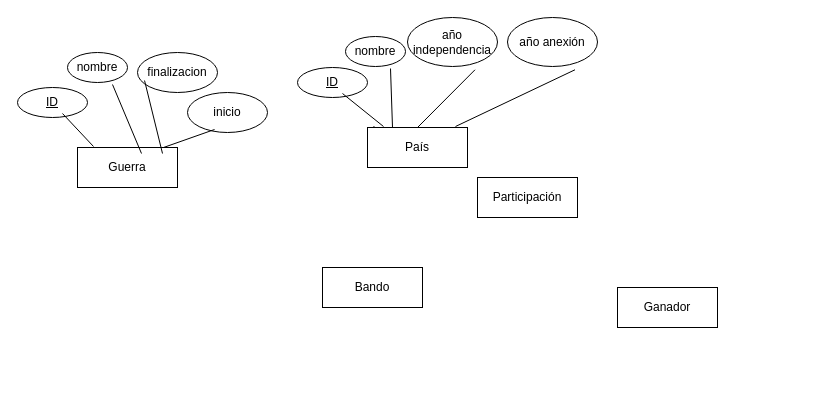
Earlier version of the draw.io diagram ej4.drawio (adriii28/amr-tsys-C3U12-11102023). Source tidied: cells renumbered, new cells numbered last; positions are measured from the earlier drawing's top-left corner, leaving out a move shared by most shapes. Both pictures are drawn from the tidied source at 100%, with x=0, y=0 at pixel (17, 17).
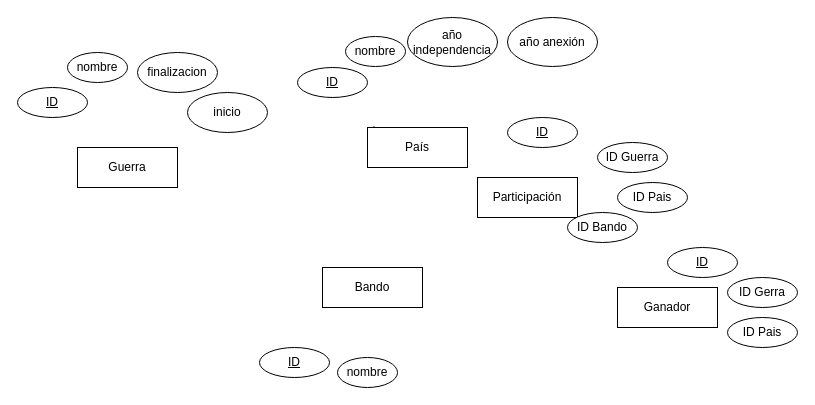
After the change.

Commit message:
Atributos creados

The change refers to these unchanged cells:
```xml
<mxCell id="2" value="Guerra" style="whiteSpace=wrap;html=1;align=center;" parent="1" vertex="1">
  <mxGeometry x="60" y="130" width="100" height="40" as="geometry" />
</mxCell>
<mxCell id="6" value="&lt;u&gt;ID&lt;/u&gt;" style="ellipse;whiteSpace=wrap;html=1;align=center;" parent="1" vertex="1">
  <mxGeometry y="70" width="70" height="30" as="geometry" />
</mxCell>
<mxCell id="7" value="inicio" style="ellipse;whiteSpace=wrap;html=1;" parent="1" vertex="1">
  <mxGeometry x="170" y="75" width="80" height="40" as="geometry" />
</mxCell>
<mxCell id="8" value="nombre" style="ellipse;whiteSpace=wrap;html=1;align=center;" parent="1" vertex="1">
  <mxGeometry x="50" y="35" width="60" height="30" as="geometry" />
</mxCell>
<mxCell id="10" value="finalizacion" style="ellipse;whiteSpace=wrap;html=1;" parent="1" vertex="1">
  <mxGeometry x="120" y="35" width="80" height="40" as="geometry" />
</mxCell>
<mxCell id="14" value="&lt;u&gt;ID&lt;/u&gt;" style="ellipse;whiteSpace=wrap;html=1;align=center;" parent="1" vertex="1">
  <mxGeometry x="280" y="50" width="70" height="30" as="geometry" />
</mxCell>
<mxCell id="17" value="País" style="whiteSpace=wrap;html=1;align=center;" parent="1" vertex="1">
  <mxGeometry x="350" y="110" width="100" height="40" as="geometry" />
</mxCell>
<mxCell id="18" value="año independencia" style="ellipse;whiteSpace=wrap;html=1;align=center;" parent="1" vertex="1">
  <mxGeometry x="390" width="90" height="49" as="geometry" />
</mxCell>
<mxCell id="20" value="nombre" style="ellipse;whiteSpace=wrap;html=1;align=center;" parent="1" vertex="1">
  <mxGeometry x="328" y="19" width="60" height="30" as="geometry" />
</mxCell>
<mxCell id="22" value="año anexión" style="ellipse;whiteSpace=wrap;html=1;align=center;" parent="1" vertex="1">
  <mxGeometry x="490" width="90" height="49" as="geometry" />
</mxCell>
```

Change to the diagram source:
```diff
@@
-    <mxCell id="9" style="endArrow=none;html=1;rounded=0;entryX=0.16;entryY=-0.025;entryDx=0;entryDy=0;entryPerimeter=0;exitX=0.643;exitY=0.867;exitDx=0;exitDy=0;exitPerimeter=0;" parent="1" edge="1" source="6" target="2">
-      <mxGeometry relative="1" as="geometry" />
-    </mxCell>
@@
-    <mxCell id="11" style="endArrow=none;html=1;rounded=0;entryX=0.64;entryY=0.15;entryDx=0;entryDy=0;entryPerimeter=0;exitX=0.75;exitY=1.067;exitDx=0;exitDy=0;exitPerimeter=0;" parent="1" edge="1" source="8" target="2">
-      <mxGeometry relative="1" as="geometry" />
-    </mxCell>
-    <mxCell id="12" style="endArrow=none;html=1;rounded=0;entryX=0.85;entryY=0.15;entryDx=0;entryDy=0;entryPerimeter=0;exitX=0.088;exitY=0.7;exitDx=0;exitDy=0;exitPerimeter=0;" parent="1" edge="1" source="10" target="2">
-      <mxGeometry relative="1" as="geometry" />
-    </mxCell>
-    <mxCell id="13" style="endArrow=none;html=1;rounded=0;entryX=0.86;entryY=0;entryDx=0;entryDy=0;entryPerimeter=0;exitX=0.338;exitY=0.925;exitDx=0;exitDy=0;exitPerimeter=0;" parent="1" edge="1" source="7" target="2">
-      <mxGeometry relative="1" as="geometry" />
-    </mxCell>
@@
-    <mxCell id="16" style="endArrow=none;html=1;rounded=0;entryX=0.16;entryY=-0.025;entryDx=0;entryDy=0;entryPerimeter=0;exitX=0.643;exitY=0.867;exitDx=0;exitDy=0;exitPerimeter=0;" parent="1" edge="1" source="14" target="17">
-      <mxGeometry relative="1" as="geometry" />
-    </mxCell>
@@
-    <mxCell id="19" style="endArrow=none;html=1;rounded=0;exitX=0.75;exitY=1.067;exitDx=0;exitDy=0;exitPerimeter=0;entryX=0.5;entryY=0;entryDx=0;entryDy=0;" parent="1" edge="1" source="18" target="17">
-      <mxGeometry relative="1" as="geometry" />
-    </mxCell>
@@
-    <mxCell id="21" style="endArrow=none;html=1;rounded=0;exitX=0.75;exitY=1.067;exitDx=0;exitDy=0;exitPerimeter=0;entryX=0.25;entryY=0;entryDx=0;entryDy=0;" parent="1" edge="1" source="20" target="17">
-      <mxGeometry relative="1" as="geometry" />
-    </mxCell>
@@
-    <mxCell id="23" style="endArrow=none;html=1;rounded=0;exitX=0.75;exitY=1.067;exitDx=0;exitDy=0;exitPerimeter=0;entryX=0.88;entryY=-0.025;entryDx=0;entryDy=0;entryPerimeter=0;" parent="1" edge="1" source="22" target="17">
-      <mxGeometry relative="1" as="geometry" />
-    </mxCell>
+    <mxCell id="24" value="&lt;u&gt;ID&lt;/u&gt;" style="ellipse;whiteSpace=wrap;html=1;align=center;" parent="1" vertex="1">
+      <mxGeometry x="242" y="330" width="70" height="30" as="geometry" />
+    </mxCell>
+    <mxCell id="25" value="nombre" style="ellipse;whiteSpace=wrap;html=1;align=center;" parent="1" vertex="1">
+      <mxGeometry x="320" y="340" width="60" height="30" as="geometry" />
+    </mxCell>
+    <mxCell id="26" value="&lt;u&gt;ID&lt;/u&gt;" style="ellipse;whiteSpace=wrap;html=1;align=center;" parent="1" vertex="1">
+      <mxGeometry x="490" y="100" width="70" height="30" as="geometry" />
+    </mxCell>
+    <mxCell id="27" value="&lt;div&gt;ID Bando&lt;/div&gt;" style="ellipse;whiteSpace=wrap;html=1;align=center;" parent="1" vertex="1">
+      <mxGeometry x="550" y="195" width="70" height="30" as="geometry" />
+    </mxCell>
+    <mxCell id="28" value="ID Guerra" style="ellipse;whiteSpace=wrap;html=1;align=center;" parent="1" vertex="1">
+      <mxGeometry x="580" y="125" width="70" height="30" as="geometry" />
+    </mxCell>
+    <mxCell id="29" value="&lt;div&gt;ID Pais&lt;/div&gt;" style="ellipse;whiteSpace=wrap;html=1;align=center;" parent="1" vertex="1">
+      <mxGeometry x="600" y="165" width="70" height="30" as="geometry" />
+    </mxCell>
+    <mxCell id="30" value="&lt;div&gt;ID Gerra&lt;/div&gt;" style="ellipse;whiteSpace=wrap;html=1;align=center;" parent="1" vertex="1">
+      <mxGeometry x="710" y="260" width="70" height="30" as="geometry" />
+    </mxCell>
+    <mxCell id="31" value="&lt;u&gt;ID&lt;/u&gt;" style="ellipse;whiteSpace=wrap;html=1;align=center;" parent="1" vertex="1">
+      <mxGeometry x="650" y="230" width="70" height="30" as="geometry" />
+    </mxCell>
+    <mxCell id="32" value="&lt;div&gt;ID Pais&lt;br&gt;&lt;/div&gt;" style="ellipse;whiteSpace=wrap;html=1;align=center;" parent="1" vertex="1">
+      <mxGeometry x="710" y="300" width="70" height="30" as="geometry" />
+    </mxCell>
```
